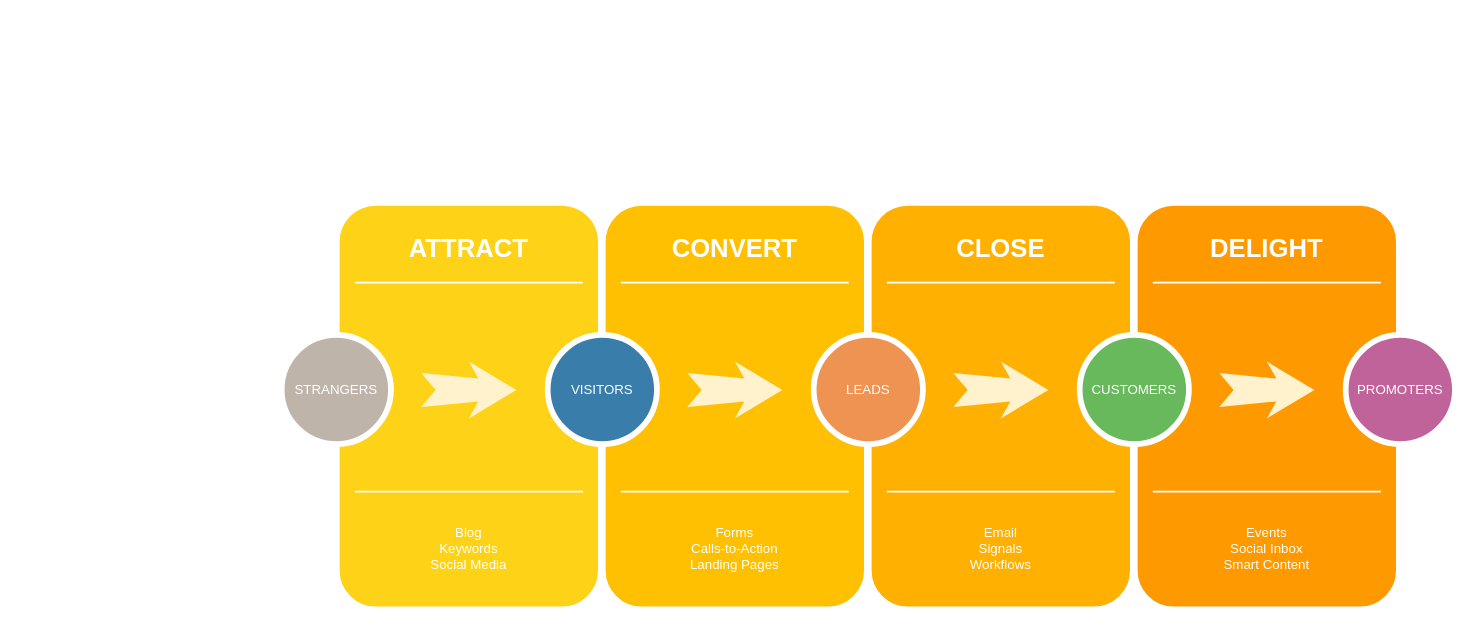
marciantemark/archdiagrams keeps this draw.io diagram as Untitled Diagram.drawio. Above is the earlier version. Source tidied: cells renumbered, new cells numbered last; positions are measured from the earlier drawing's top-left corner, leaving out a move shared by most shapes. Both pictures are drawn from the tidied source at 95%, with x=0, y=0 at pixel (281, 201). Pictures stored in the file or linked from it are replaced by grey dashed boxes.
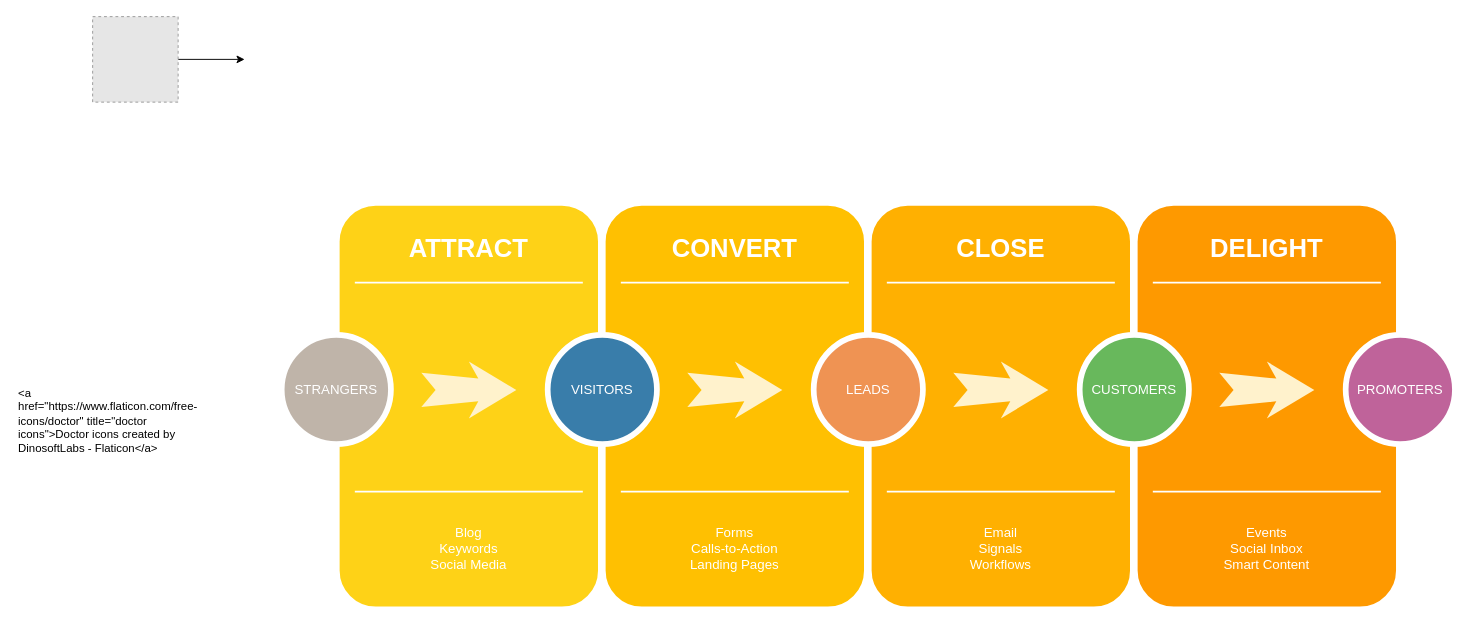
Above is the later version.

The edit, as a diff of the source:
```diff
@@
+    <mxCell id="31" value="&lt;a href=&quot;https://www.flaticon.com/free-icons/doctor&quot; title=&quot;doctor icons&quot;&gt;Doctor icons created by DinosoftLabs - Flaticon&lt;/a&gt;" style="text;whiteSpace=wrap;" parent="1" vertex="1">
+      <mxGeometry x="-279" y="188" width="110" height="40" as="geometry" />
+    </mxCell>
+    <mxCell id="32" style="endArrow=classic;html=1;rounded=0;exitX=1;exitY=0.5;exitDx=0;exitDy=0;" parent="1" edge="1" source="33">
+      <mxGeometry relative="1" as="geometry">
+        <mxPoint x="-39" y="-150" as="targetPoint" />
+      </mxGeometry>
+    </mxCell>
+    <mxCell id="33" style="fillColor=#E6E6E6;strokeColor=#999999;dashed=1;verticalLabelPosition=bottom;labelBackgroundColor=default;verticalAlign=top;" parent="1" vertex="1">
+      <mxGeometry x="-199" y="-195" width="90" height="90" as="geometry" />
+    </mxCell>
```
